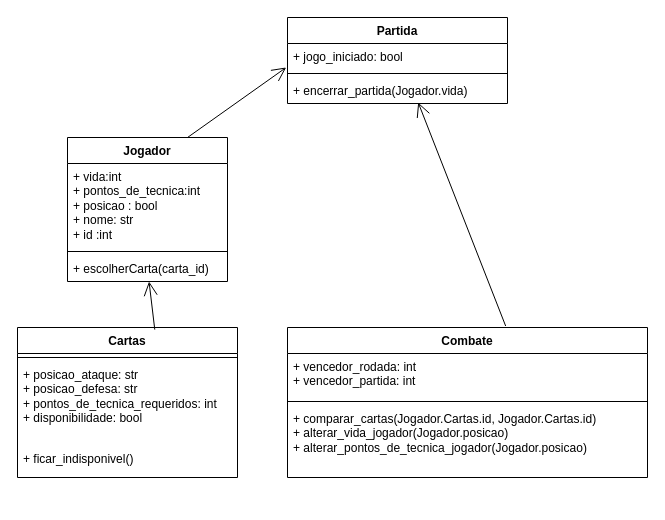
Above: Diagrama sem nome.drawio in Tpirate90/TP90 (draw.io), before the change. Source tidied: cells renumbered, new cells numbered last; positions are measured from the earlier drawing's top-left corner, leaving out a move shared by most shapes. Both pictures are drawn from the tidied source at 100%, with x=0, y=0 at pixel (17, 17).
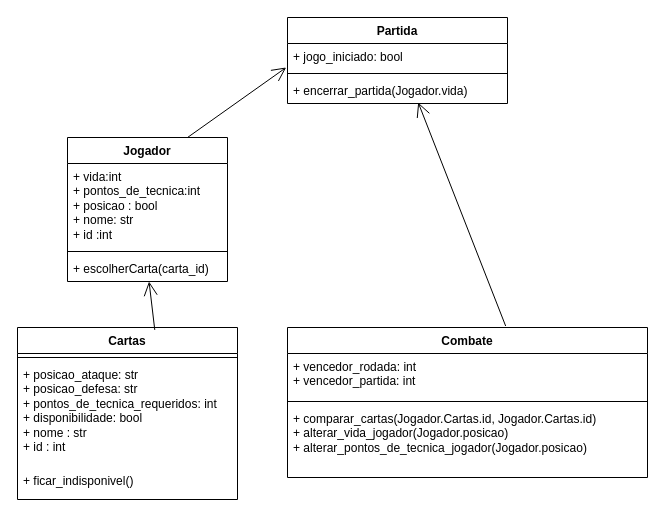
After the change.

Diff of the diagram source:
```diff
@@
     <mxCell id="14" value="&lt;div&gt;Cartas&lt;/div&gt;" style="swimlane;fontStyle=1;align=center;verticalAlign=top;horizontal=1;startSize=26;whiteSpace=wrap;html=1;" parent="1" vertex="1">
-      <mxGeometry y="310" width="220" height="150" as="geometry" />
+      <mxGeometry y="310" width="220" height="172" as="geometry" />
     </mxCell>
@@
-    <mxCell id="16" value="&lt;div&gt;+ posicao_ataque: str&lt;/div&gt;&lt;div&gt;+ posicao_defesa: str&lt;/div&gt;&lt;div&gt;+ pontos_de_tecnica_requeridos: int&lt;br&gt;&lt;/div&gt;&lt;div&gt;+ disponibilidade: bool&lt;br&gt;&lt;/div&gt;&lt;div&gt;&lt;br&gt;&lt;/div&gt;" style="text;strokeColor=none;fillColor=none;align=left;verticalAlign=top;spacingLeft=4;spacingRight=4;overflow=hidden;whiteSpace=wrap;html=1;" parent="14" vertex="1">
-      <mxGeometry y="34" width="220" height="84" as="geometry" />
+    <mxCell id="16" value="&lt;div&gt;+ posicao_ataque: str&lt;/div&gt;&lt;div&gt;+ posicao_defesa: str&lt;/div&gt;&lt;div&gt;+ pontos_de_tecnica_requeridos: int&lt;br&gt;&lt;/div&gt;&lt;div&gt;+ disponibilidade: bool&lt;br&gt;&lt;/div&gt;&lt;div&gt;+ nome : str&lt;br&gt;&lt;/div&gt;&lt;div&gt;+ id : int&lt;br&gt;&lt;/div&gt;&lt;div&gt;&lt;br&gt;&lt;/div&gt;" style="text;strokeColor=none;fillColor=none;align=left;verticalAlign=top;spacingLeft=4;spacingRight=4;overflow=hidden;whiteSpace=wrap;html=1;" parent="14" vertex="1">
+      <mxGeometry y="34" width="220" height="106" as="geometry" />
     </mxCell>
     <mxCell id="17" value="+ ficar_indisponivel()" style="text;strokeColor=none;fillColor=none;align=left;verticalAlign=top;spacingLeft=4;spacingRight=4;overflow=hidden;whiteSpace=wrap;html=1;" parent="14" vertex="1">
-      <mxGeometry y="118" width="220" height="32" as="geometry" />
+      <mxGeometry y="140" width="220" height="32" as="geometry" />
     </mxCell>
```
